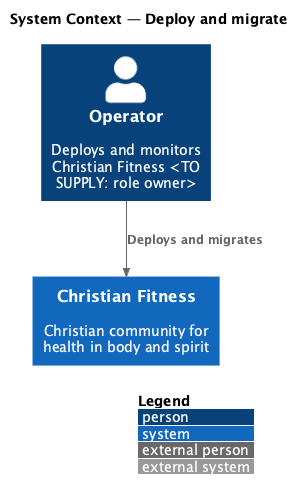
This is docs/detailed-designs/operations/deploy-and-migrate/diagrams/c4-context.png from QuinntyneBrown/christian-fitness, a PlantUML export, as it was before one commit. Its diagram source:
```plantuml
@startuml
!include <C4/C4_Context>
LAYOUT_WITH_LEGEND()
title System Context — Deploy and migrate

Person(operator, "Operator", "Deploys and monitors Christian Fitness <TO SUPPLY: role owner>")
System(cf, "Christian Fitness", "Christian community for health in body and spirit")

Rel(operator, cf, "Deploys and migrates")
@enduml
```
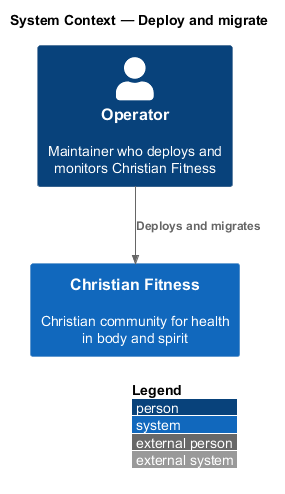
After the change.

What changed in the source:
```diff
@@ -3,7 +3,7 @@
 LAYOUT_WITH_LEGEND()
 title System Context — Deploy and migrate
 
-Person(operator, "Operator", "Deploys and monitors Christian Fitness <TO SUPPLY: role owner>")
+Person(operator, "Operator", "Maintainer who deploys and monitors Christian Fitness")
 System(cf, "Christian Fitness", "Christian community for health in body and spirit")
 
 Rel(operator, cf, "Deploys and migrates")
```
